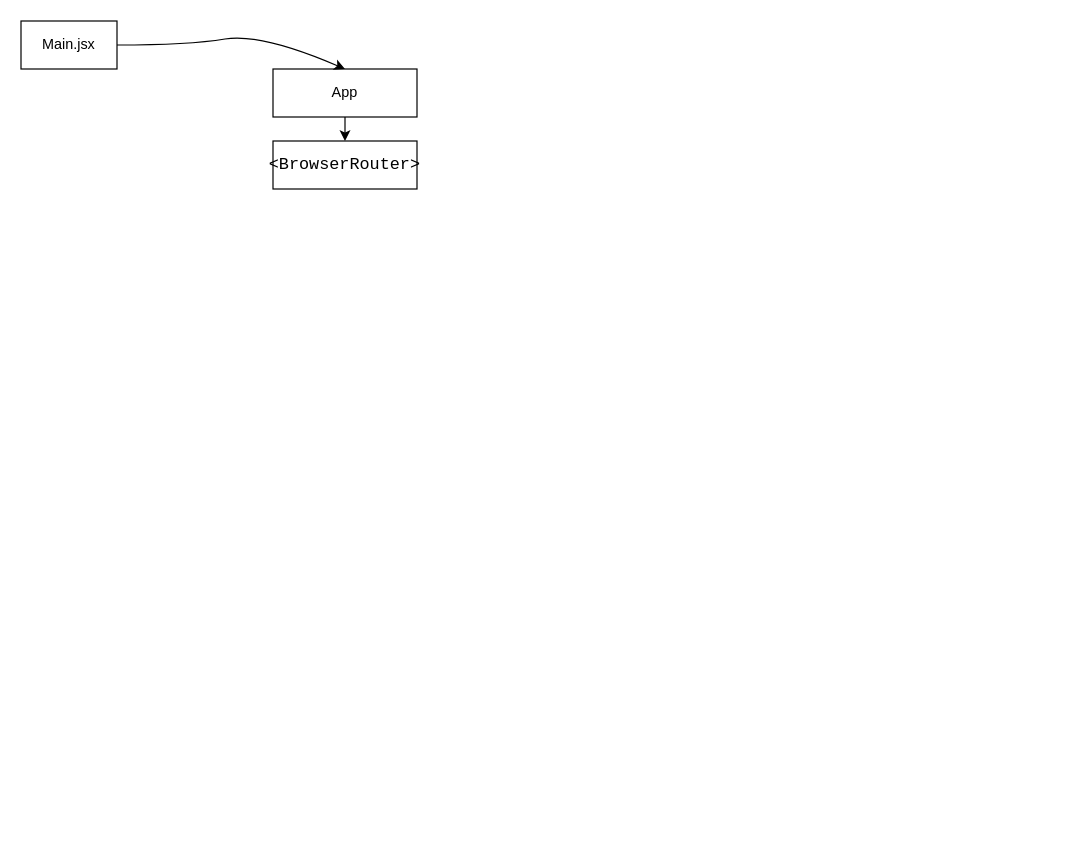
Before: media_network_scheme.drawio in konstantine-sa/social-media-network-project, a draw.io diagram. Source tidied: cells renumbered, new cells numbered last; positions are measured from the earlier drawing's top-left corner, leaving out a move shared by most shapes. Both pictures are drawn from the tidied source at 120%, with x=0, y=0 at pixel (20, 20).
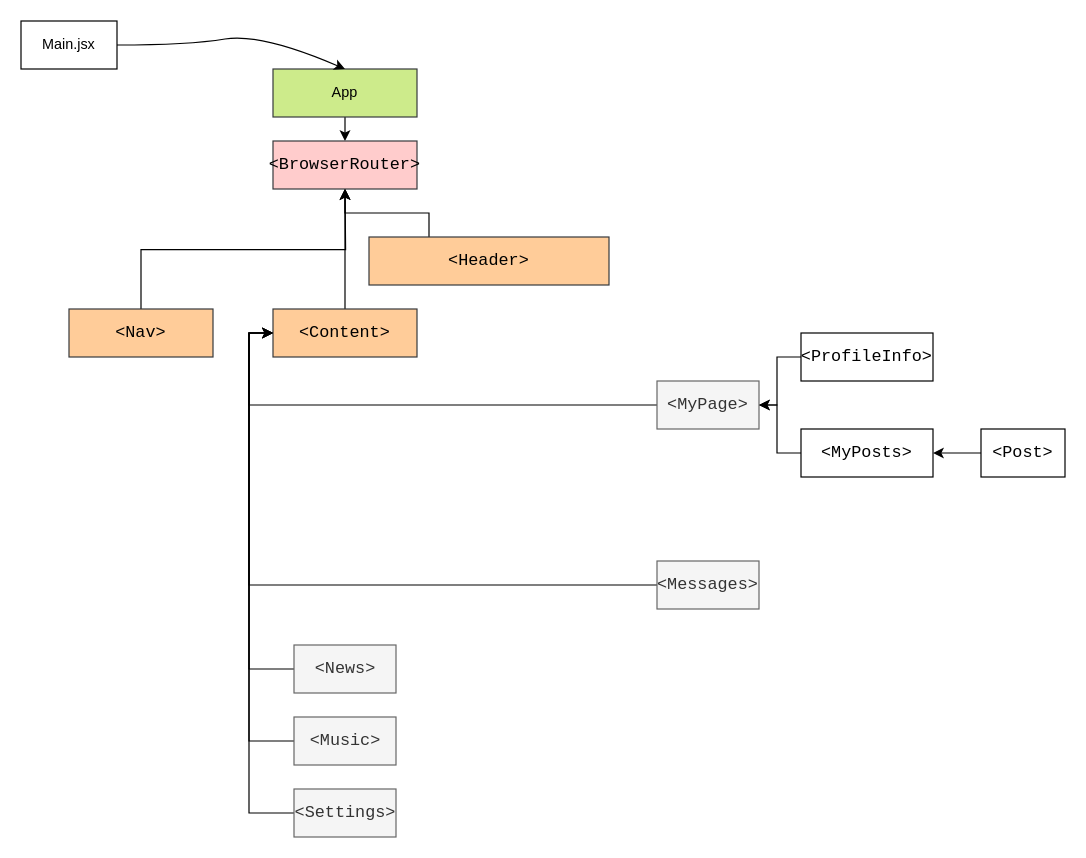
The same diagram, later.

Commit message (it also covers changes not shown here):
.map method added to Messages

What changed in the source:
```diff
@@
-    <mxCell id="4" value="App" style="rounded=0;whiteSpace=wrap;html=1;" parent="1" vertex="1">
+    <mxCell id="4" value="App" style="rounded=0;whiteSpace=wrap;html=1;fillColor=#cdeb8b;strokeColor=#36393d;" parent="1" vertex="1">
       <mxGeometry x="210" y="40" width="120" height="40" as="geometry" />
     </mxCell>
@@
-    <mxCell id="6" value="&lt;div style=&quot;font-family: Consolas, &amp;quot;Courier New&amp;quot;, monospace; font-size: 14px; line-height: 19px;&quot;&gt;&amp;lt;BrowserRouter&amp;gt;&lt;/div&gt;" style="rounded=0;whiteSpace=wrap;html=1;" parent="1" vertex="1">
+    <mxCell id="6" value="&lt;div style=&quot;font-family: Consolas, &amp;quot;Courier New&amp;quot;, monospace; font-size: 14px; line-height: 19px;&quot;&gt;&amp;lt;BrowserRouter&amp;gt;&lt;/div&gt;" style="rounded=0;whiteSpace=wrap;html=1;fillColor=#ffcccc;strokeColor=#36393d;" parent="1" vertex="1">
       <mxGeometry x="210" y="100" width="120" height="40" as="geometry" />
     </mxCell>
+    <mxCell id="7" style="edgeStyle=orthogonalEdgeStyle;rounded=0;jettySize=auto;html=1;exitX=0.25;exitY=0;exitDx=0;exitDy=0;entryX=0.5;entryY=1;entryDx=0;entryDy=0;fontColor=#000000;" parent="1" edge="1" source="8" target="6">
+      <mxGeometry relative="1" as="geometry" />
+    </mxCell>
+    <mxCell id="8" value="&lt;div style=&quot;font-family: Consolas, &amp;quot;Courier New&amp;quot;, monospace; font-size: 14px; line-height: 19px;&quot;&gt;&amp;lt;Header&amp;gt;&lt;/div&gt;" style="rounded=0;whiteSpace=wrap;html=1;fillColor=#ffcc99;strokeColor=#36393d;" parent="1" vertex="1">
+      <mxGeometry x="290" y="180" width="200" height="40" as="geometry" />
+    </mxCell>
+    <mxCell id="9" style="edgeStyle=orthogonalEdgeStyle;rounded=0;jettySize=auto;html=1;exitX=0.5;exitY=0;exitDx=0;exitDy=0;fontColor=#000000;" parent="1" edge="1" source="10">
+      <mxGeometry relative="1" as="geometry">
+        <mxPoint x="270" y="140" as="targetPoint" />
+      </mxGeometry>
+    </mxCell>
+    <mxCell id="10" value="&lt;div style=&quot;font-family: Consolas, &amp;quot;Courier New&amp;quot;, monospace; font-size: 14px; line-height: 19px;&quot;&gt;&amp;lt;Nav&amp;gt;&lt;/div&gt;" style="rounded=0;whiteSpace=wrap;html=1;fillColor=#ffcc99;strokeColor=#36393d;" parent="1" vertex="1">
+      <mxGeometry x="40" y="240" width="120" height="40" as="geometry" />
+    </mxCell>
+    <mxCell id="11" style="edgeStyle=orthogonalEdgeStyle;rounded=0;jettySize=auto;html=1;exitX=0.5;exitY=0;exitDx=0;exitDy=0;fontColor=#000000;" parent="1" edge="1" source="12">
+      <mxGeometry relative="1" as="geometry">
+        <mxPoint x="270" y="140" as="targetPoint" />
+      </mxGeometry>
+    </mxCell>
+    <mxCell id="12" value="&lt;div style=&quot;font-family: Consolas, &amp;quot;Courier New&amp;quot;, monospace; font-size: 14px; line-height: 19px;&quot;&gt;&amp;lt;Content&amp;gt;&lt;/div&gt;" style="rounded=0;whiteSpace=wrap;html=1;fillColor=#ffcc99;strokeColor=#36393d;" parent="1" vertex="1">
+      <mxGeometry x="210" y="240" width="120" height="40" as="geometry" />
+    </mxCell>
+    <mxCell id="13" style="edgeStyle=orthogonalEdgeStyle;rounded=0;jettySize=auto;html=1;exitX=0;exitY=0.5;exitDx=0;exitDy=0;entryX=0;entryY=0.5;entryDx=0;entryDy=0;fontColor=#000000;" parent="1" edge="1" source="14" target="12">
+      <mxGeometry relative="1" as="geometry" />
+    </mxCell>
+    <mxCell id="14" value="&lt;div style=&quot;font-family: Consolas, &amp;quot;Courier New&amp;quot;, monospace; font-size: 14px; line-height: 19px;&quot;&gt;&amp;lt;MyPage&amp;gt;&lt;/div&gt;" style="rounded=0;whiteSpace=wrap;html=1;fillColor=#f5f5f5;fontColor=#333333;strokeColor=#666666;" parent="1" vertex="1">
+      <mxGeometry x="530" y="300" width="85" height="40" as="geometry" />
+    </mxCell>
+    <mxCell id="15" style="edgeStyle=orthogonalEdgeStyle;rounded=0;jettySize=auto;html=1;exitX=0;exitY=0.5;exitDx=0;exitDy=0;entryX=0;entryY=0.5;entryDx=0;entryDy=0;fontColor=#000000;" parent="1" edge="1" source="16" target="12">
+      <mxGeometry relative="1" as="geometry" />
+    </mxCell>
+    <mxCell id="16" value="&lt;div style=&quot;font-family: Consolas, &amp;quot;Courier New&amp;quot;, monospace; font-size: 14px; line-height: 19px;&quot;&gt;&amp;lt;Messages&amp;gt;&lt;/div&gt;" style="rounded=0;whiteSpace=wrap;html=1;fillColor=#f5f5f5;fontColor=#333333;strokeColor=#666666;" parent="1" vertex="1">
+      <mxGeometry x="530" y="450" width="85" height="40" as="geometry" />
+    </mxCell>
+    <mxCell id="17" style="edgeStyle=orthogonalEdgeStyle;rounded=0;jettySize=auto;html=1;exitX=0;exitY=0.5;exitDx=0;exitDy=0;entryX=0;entryY=0.5;entryDx=0;entryDy=0;fontColor=#000000;" parent="1" edge="1" source="18" target="12">
+      <mxGeometry relative="1" as="geometry" />
+    </mxCell>
+    <mxCell id="18" value="&lt;div style=&quot;font-family: Consolas, &amp;quot;Courier New&amp;quot;, monospace; font-size: 14px; line-height: 19px;&quot;&gt;&amp;lt;News&amp;gt;&lt;/div&gt;" style="rounded=0;whiteSpace=wrap;html=1;fillColor=#f5f5f5;fontColor=#333333;strokeColor=#666666;" parent="1" vertex="1">
+      <mxGeometry x="227.5" y="520" width="85" height="40" as="geometry" />
+    </mxCell>
+    <mxCell id="19" style="edgeStyle=orthogonalEdgeStyle;rounded=0;jettySize=auto;html=1;exitX=0;exitY=0.5;exitDx=0;exitDy=0;entryX=0;entryY=0.5;entryDx=0;entryDy=0;fontColor=#000000;" parent="1" edge="1" source="20" target="12">
+      <mxGeometry relative="1" as="geometry" />
+    </mxCell>
+    <mxCell id="20" value="&lt;div style=&quot;font-family: Consolas, &amp;quot;Courier New&amp;quot;, monospace; font-size: 14px; line-height: 19px;&quot;&gt;&amp;lt;Music&amp;gt;&lt;/div&gt;" style="rounded=0;whiteSpace=wrap;html=1;fillColor=#f5f5f5;fontColor=#333333;strokeColor=#666666;" parent="1" vertex="1">
+      <mxGeometry x="227.5" y="580" width="85" height="40" as="geometry" />
+    </mxCell>
+    <mxCell id="21" style="edgeStyle=orthogonalEdgeStyle;rounded=0;jettySize=auto;html=1;exitX=0;exitY=0.5;exitDx=0;exitDy=0;entryX=0;entryY=0.5;entryDx=0;entryDy=0;fontColor=#000000;" parent="1" edge="1" source="22" target="12">
+      <mxGeometry relative="1" as="geometry" />
+    </mxCell>
+    <mxCell id="22" value="&lt;div style=&quot;font-family: Consolas, &amp;quot;Courier New&amp;quot;, monospace; font-size: 14px; line-height: 19px;&quot;&gt;&amp;lt;Settings&amp;gt;&lt;/div&gt;" style="rounded=0;whiteSpace=wrap;html=1;fillColor=#f5f5f5;fontColor=#333333;strokeColor=#666666;" parent="1" vertex="1">
+      <mxGeometry x="227.5" y="640" width="85" height="40" as="geometry" />
+    </mxCell>
+    <mxCell id="23" style="edgeStyle=orthogonalEdgeStyle;rounded=0;jettySize=auto;html=1;exitX=0;exitY=0.5;exitDx=0;exitDy=0;entryX=1;entryY=0.5;entryDx=0;entryDy=0;fontColor=#000000;" parent="1" edge="1" source="24" target="14">
+      <mxGeometry relative="1" as="geometry" />
+    </mxCell>
+    <mxCell id="24" value="&lt;div style=&quot;font-family: Consolas, &amp;quot;Courier New&amp;quot;, monospace; font-size: 14px; line-height: 19px;&quot;&gt;&amp;lt;ProfileInfo&amp;gt;&lt;/div&gt;" style="rounded=0;whiteSpace=wrap;html=1;" parent="1" vertex="1">
+      <mxGeometry x="650" y="260" width="110" height="40" as="geometry" />
+    </mxCell>
+    <mxCell id="25" style="edgeStyle=orthogonalEdgeStyle;rounded=0;jettySize=auto;html=1;exitX=0;exitY=0.5;exitDx=0;exitDy=0;fontColor=#000000;" parent="1" edge="1" source="26" target="14">
+      <mxGeometry relative="1" as="geometry" />
+    </mxCell>
+    <mxCell id="26" value="&lt;div style=&quot;font-family: Consolas, &amp;quot;Courier New&amp;quot;, monospace; font-size: 14px; line-height: 19px;&quot;&gt;&amp;lt;MyPosts&amp;gt;&lt;/div&gt;" style="rounded=0;whiteSpace=wrap;html=1;" parent="1" vertex="1">
+      <mxGeometry x="650" y="340" width="110" height="40" as="geometry" />
+    </mxCell>
+    <mxCell id="27" style="edgeStyle=orthogonalEdgeStyle;rounded=0;jettySize=auto;html=1;exitX=0;exitY=0.5;exitDx=0;exitDy=0;entryX=1;entryY=0.5;entryDx=0;entryDy=0;fontColor=#000000;" parent="1" edge="1" source="28" target="26">
+      <mxGeometry relative="1" as="geometry" />
+    </mxCell>
+    <mxCell id="28" value="&lt;div style=&quot;font-family: Consolas, &amp;quot;Courier New&amp;quot;, monospace; font-size: 14px; line-height: 19px;&quot;&gt;&amp;lt;Post&amp;gt;&lt;/div&gt;" style="rounded=0;whiteSpace=wrap;html=1;" parent="1" vertex="1">
+      <mxGeometry x="800" y="340" width="70" height="40" as="geometry" />
+    </mxCell>
```
